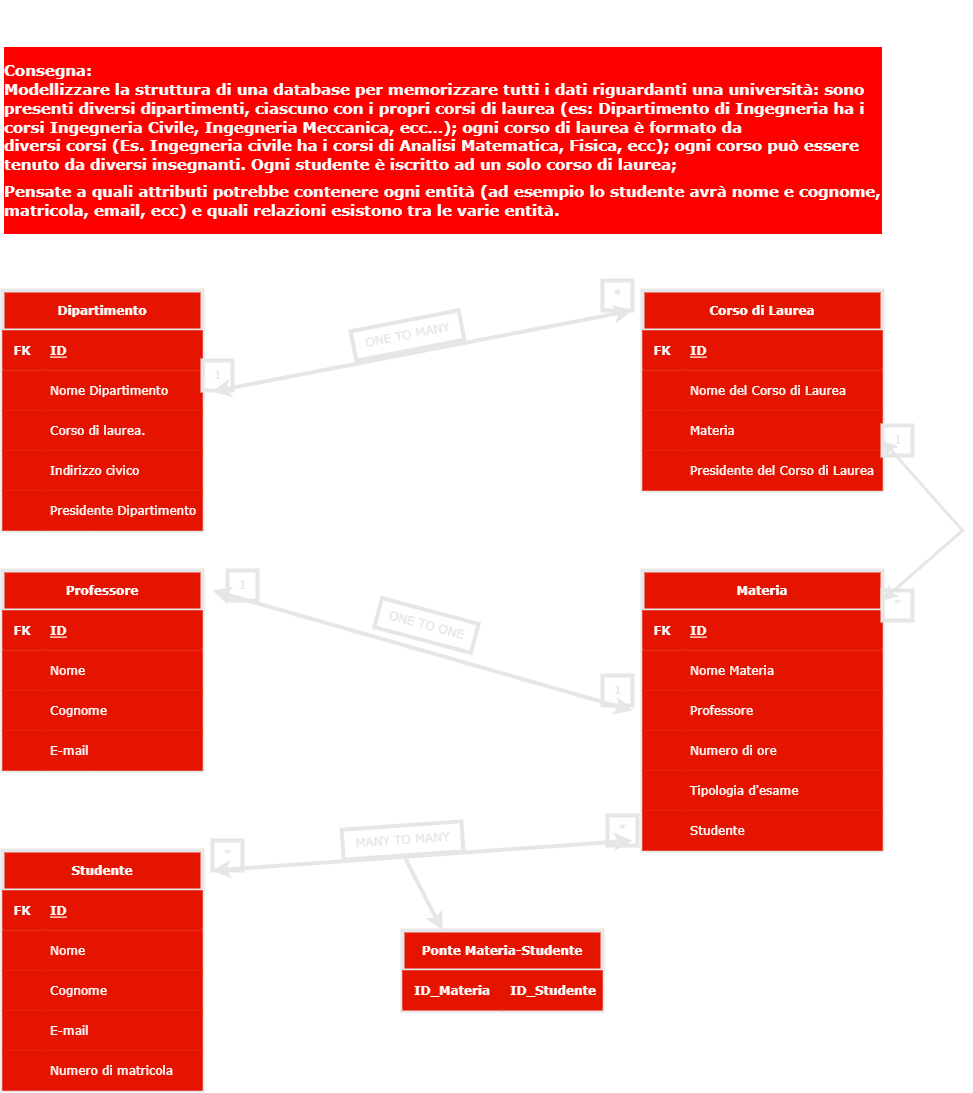
The draw.io diagram database diagram/Diagramma E-R.drawio.png in davidectna/db-university, before a commit. Source tidied: cells renumbered, new cells last; positions are measured from the earlier drawing's top-left corner, leaving out a move shared by most shapes.
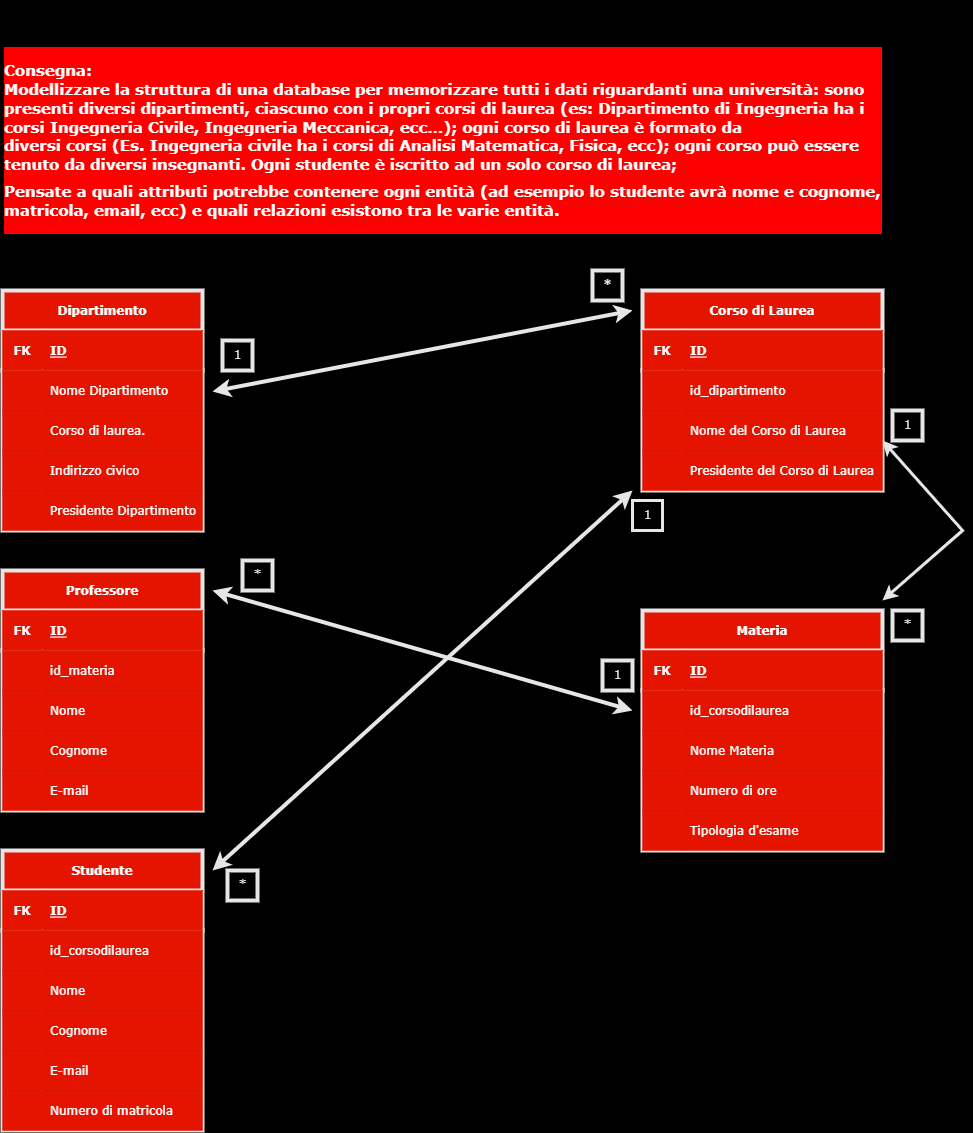
The same file after the commit.

Diff of the diagram source:
```diff
@@ -1,2 +1,2 @@
-<mxGraphModel>
+<mxGraphModel background="#000000">
   <root>
@@ -67,4 +67,13 @@
     </mxCell>
+    <mxCell id="26" style="shape=tableRow;horizontal=0;startSize=0;swimlaneHead=0;swimlaneBody=0;fillColor=#e51400;top=0;left=0;right=0;bottom=0;labelBackgroundColor=none;labelBorderColor=none;fontFamily=Verdana;strokeColor=#E6E6E6;fontColor=#ffffff;strokeWidth=4;" parent="19" vertex="1">
+      <mxGeometry y="80" width="240" height="40" as="geometry" />
+    </mxCell>
+    <mxCell id="27" style="shape=partialRectangle;fillColor=#e51400;top=0;left=0;bottom=0;right=0;overflow=hidden;labelBackgroundColor=none;labelBorderColor=none;fontFamily=Verdana;strokeColor=#E6E6E6;fontColor=#ffffff;strokeWidth=4;" parent="26" vertex="1">
+      <mxGeometry width="40" height="40" as="geometry" />
+    </mxCell>
+    <mxCell id="28" value="id_dipartimento" style="shape=partialRectangle;fillColor=#e51400;top=0;left=0;bottom=0;right=0;align=left;spacingLeft=6;overflow=hidden;labelBackgroundColor=none;labelBorderColor=none;fontFamily=Verdana;strokeColor=#E6E6E6;fontColor=#ffffff;strokeWidth=4;" parent="26" vertex="1">
+      <mxGeometry x="40" width="200" height="40" as="geometry" />
+    </mxCell>
     <mxCell id="23" style="shape=tableRow;horizontal=0;startSize=0;swimlaneHead=0;swimlaneBody=0;fillColor=#e51400;top=0;left=0;right=0;bottom=0;labelBackgroundColor=none;labelBorderColor=none;fontFamily=Verdana;strokeColor=#E6E6E6;fontColor=#ffffff;strokeWidth=4;" parent="19" vertex="1">
-      <mxGeometry y="80" width="240" height="40" as="geometry" />
+      <mxGeometry y="120" width="240" height="40" as="geometry" />
     </mxCell>
@@ -76,11 +85,2 @@
     </mxCell>
-    <mxCell id="26" style="shape=tableRow;horizontal=0;startSize=0;swimlaneHead=0;swimlaneBody=0;fillColor=#e51400;top=0;left=0;right=0;bottom=0;labelBackgroundColor=none;labelBorderColor=none;fontFamily=Verdana;strokeColor=#E6E6E6;fontColor=#ffffff;strokeWidth=4;" parent="19" vertex="1">
-      <mxGeometry y="120" width="240" height="40" as="geometry" />
-    </mxCell>
-    <mxCell id="27" style="shape=partialRectangle;fillColor=#e51400;top=0;left=0;bottom=0;right=0;overflow=hidden;labelBackgroundColor=none;labelBorderColor=none;fontFamily=Verdana;strokeColor=#E6E6E6;fontColor=#ffffff;strokeWidth=4;" parent="26" vertex="1">
-      <mxGeometry width="40" height="40" as="geometry" />
-    </mxCell>
-    <mxCell id="28" value="Materia" style="shape=partialRectangle;fillColor=#e51400;top=0;left=0;bottom=0;right=0;align=left;spacingLeft=6;overflow=hidden;labelBackgroundColor=none;labelBorderColor=none;fontFamily=Verdana;strokeColor=#E6E6E6;fontColor=#ffffff;strokeWidth=4;" parent="26" vertex="1">
-      <mxGeometry x="40" width="200" height="40" as="geometry" />
-    </mxCell>
     <mxCell id="29" style="shape=tableRow;horizontal=0;startSize=0;swimlaneHead=0;swimlaneBody=0;fillColor=#e51400;top=0;left=0;right=0;bottom=0;labelBackgroundColor=none;labelBorderColor=none;fontFamily=Verdana;strokeColor=#E6E6E6;fontColor=#ffffff;strokeWidth=4;" parent="19" vertex="1">
@@ -101,12 +101,9 @@
     <mxCell id="33" value="&lt;b&gt;&lt;font color=&quot;#e6e6e6&quot;&gt;*&lt;/font&gt;&lt;/b&gt;" style="text;html=1;align=center;verticalAlign=middle;fontFamily=Verdana;labelBackgroundColor=none;strokeWidth=4;strokeColor=#E6E6E6;" parent="1" vertex="1">
-      <mxGeometry x="600" y="280" width="30" height="30" as="geometry" />
+      <mxGeometry x="590" y="270" width="30" height="30" as="geometry" />
     </mxCell>
     <mxCell id="34" value="&lt;font color=&quot;#e6e6e6&quot;&gt;1&lt;/font&gt;" style="text;html=1;align=center;verticalAlign=middle;fontFamily=Verdana;labelBackgroundColor=none;strokeWidth=4;strokeColor=#E6E6E6;" parent="1" vertex="1">
-      <mxGeometry x="200" y="360" width="30" height="30" as="geometry" />
+      <mxGeometry x="220" y="340" width="30" height="30" as="geometry" />
     </mxCell>
-    <mxCell id="35" value="&lt;font color=&quot;#e6e6e6&quot;&gt;ONE TO MANY&lt;/font&gt;" style="text;html=1;align=center;verticalAlign=middle;fontFamily=Verdana;rotation=349;labelBackgroundColor=none;strokeWidth=4;strokeColor=#E6E6E6;" parent="1" vertex="1">
-      <mxGeometry x="350" y="320" width="110" height="30" as="geometry" />
-    </mxCell>
     <mxCell id="36" value="Materia" style="shape=table;startSize=40;rowLines=0;fontStyle=1;align=center;labelBackgroundColor=none;labelBorderColor=none;fontFamily=Verdana;fillColor=#e51400;strokeColor=#E6E6E6;fontColor=#ffffff;strokeWidth=4;" parent="1" vertex="1">
-      <mxGeometry x="640" y="570" width="240" height="280" as="geometry" />
+      <mxGeometry x="640" y="610" width="240" height="240" as="geometry" />
     </mxCell>
@@ -121,4 +118,13 @@
     </mxCell>
+    <mxCell id="43" style="shape=tableRow;horizontal=0;startSize=0;swimlaneHead=0;swimlaneBody=0;fillColor=#e51400;top=0;left=0;right=0;bottom=0;labelBackgroundColor=none;labelBorderColor=none;fontFamily=Verdana;strokeColor=#E6E6E6;fontColor=#ffffff;strokeWidth=4;" parent="36" vertex="1">
+      <mxGeometry y="80" width="240" height="40" as="geometry" />
+    </mxCell>
+    <mxCell id="44" style="shape=partialRectangle;fillColor=#e51400;top=0;left=0;bottom=0;right=0;overflow=hidden;labelBackgroundColor=none;labelBorderColor=none;fontFamily=Verdana;strokeColor=#E6E6E6;fontColor=#ffffff;strokeWidth=4;" parent="43" vertex="1">
+      <mxGeometry width="40" height="40" as="geometry" />
+    </mxCell>
+    <mxCell id="45" value="id_corsodilaurea" style="shape=partialRectangle;fillColor=#e51400;top=0;left=0;bottom=0;right=0;align=left;spacingLeft=6;overflow=hidden;labelBackgroundColor=none;labelBorderColor=none;fontFamily=Verdana;strokeColor=#E6E6E6;fontColor=#ffffff;strokeWidth=4;" parent="43" vertex="1">
+      <mxGeometry x="40" width="200" height="40" as="geometry" />
+    </mxCell>
     <mxCell id="40" style="shape=tableRow;horizontal=0;startSize=0;swimlaneHead=0;swimlaneBody=0;fillColor=#e51400;top=0;left=0;right=0;bottom=0;labelBackgroundColor=none;labelBorderColor=none;fontFamily=Verdana;strokeColor=#E6E6E6;fontColor=#ffffff;strokeWidth=4;" parent="36" vertex="1">
-      <mxGeometry y="80" width="240" height="40" as="geometry" />
+      <mxGeometry y="120" width="240" height="40" as="geometry" />
     </mxCell>
@@ -130,11 +136,2 @@
     </mxCell>
-    <mxCell id="43" style="shape=tableRow;horizontal=0;startSize=0;swimlaneHead=0;swimlaneBody=0;fillColor=#e51400;top=0;left=0;right=0;bottom=0;labelBackgroundColor=none;labelBorderColor=none;fontFamily=Verdana;strokeColor=#E6E6E6;fontColor=#ffffff;strokeWidth=4;" parent="36" vertex="1">
-      <mxGeometry y="120" width="240" height="40" as="geometry" />
-    </mxCell>
-    <mxCell id="44" style="shape=partialRectangle;fillColor=#e51400;top=0;left=0;bottom=0;right=0;overflow=hidden;labelBackgroundColor=none;labelBorderColor=none;fontFamily=Verdana;strokeColor=#E6E6E6;fontColor=#ffffff;strokeWidth=4;" parent="43" vertex="1">
-      <mxGeometry width="40" height="40" as="geometry" />
-    </mxCell>
-    <mxCell id="45" value="Professore" style="shape=partialRectangle;fillColor=#e51400;top=0;left=0;bottom=0;right=0;align=left;spacingLeft=6;overflow=hidden;labelBackgroundColor=none;labelBorderColor=none;fontFamily=Verdana;strokeColor=#E6E6E6;fontColor=#ffffff;strokeWidth=4;" parent="43" vertex="1">
-      <mxGeometry x="40" width="200" height="40" as="geometry" />
-    </mxCell>
     <mxCell id="46" style="shape=tableRow;horizontal=0;startSize=0;swimlaneHead=0;swimlaneBody=0;fillColor=#e51400;top=0;left=0;right=0;bottom=0;labelBackgroundColor=none;labelBorderColor=none;fontFamily=Verdana;strokeColor=#E6E6E6;fontColor=#ffffff;strokeWidth=4;" parent="36" vertex="1">
@@ -157,11 +154,2 @@
     </mxCell>
-    <mxCell id="52" style="shape=tableRow;horizontal=0;startSize=0;swimlaneHead=0;swimlaneBody=0;fillColor=#e51400;top=0;left=0;right=0;bottom=0;labelBackgroundColor=none;labelBorderColor=none;fontFamily=Verdana;strokeColor=#E6E6E6;fontColor=#ffffff;strokeWidth=4;" parent="36" vertex="1">
-      <mxGeometry y="240" width="240" height="40" as="geometry" />
-    </mxCell>
-    <mxCell id="53" style="shape=partialRectangle;fillColor=#e51400;top=0;left=0;bottom=0;right=0;overflow=hidden;labelBackgroundColor=none;labelBorderColor=none;fontFamily=Verdana;strokeColor=#E6E6E6;fontColor=#ffffff;strokeWidth=4;" parent="52" vertex="1">
-      <mxGeometry width="40" height="40" as="geometry" />
-    </mxCell>
-    <mxCell id="54" value="Studente" style="shape=partialRectangle;fillColor=#e51400;top=0;left=0;bottom=0;right=0;align=left;spacingLeft=6;overflow=hidden;labelBackgroundColor=none;labelBorderColor=none;fontFamily=Verdana;strokeColor=#E6E6E6;fontColor=#ffffff;strokeWidth=4;" parent="52" vertex="1">
-      <mxGeometry x="40" width="200" height="40" as="geometry" />
-    </mxCell>
     <mxCell id="55" style="endArrow=classic;startArrow=classic;html=1;rounded=0;fontFamily=Verdana;fontColor=#000000;labelBackgroundColor=none;fillColor=#e51400;strokeColor=#E6E6E6;strokeWidth=3;" parent="1" edge="1">
@@ -176,9 +164,9 @@
     <mxCell id="56" value="1" style="text;html=1;align=center;verticalAlign=middle;fontFamily=Verdana;labelBackgroundColor=none;strokeWidth=4;strokeColor=#E6E6E6;fontColor=#E6E6E6;" parent="1" vertex="1">
-      <mxGeometry x="880" y="425" width="30" height="30" as="geometry" />
+      <mxGeometry x="890" y="410" width="30" height="30" as="geometry" />
     </mxCell>
     <mxCell id="57" value="*" style="text;html=1;align=center;verticalAlign=middle;fontFamily=Verdana;labelBackgroundColor=none;strokeWidth=4;strokeColor=#E6E6E6;fontColor=#E6E6E6;" parent="1" vertex="1">
-      <mxGeometry x="880" y="590" width="30" height="30" as="geometry" />
+      <mxGeometry x="890" y="610" width="30" height="30" as="geometry" />
     </mxCell>
     <mxCell id="58" value="Professore" style="shape=table;startSize=40;rowLines=0;fontStyle=1;align=center;labelBackgroundColor=none;labelBorderColor=none;fontFamily=Verdana;fillColor=#e51400;strokeColor=#E6E6E6;fontColor=#ffffff;strokeWidth=4;" parent="1" vertex="1">
-      <mxGeometry y="570" width="200" height="200" as="geometry" />
+      <mxGeometry y="570" width="200" height="240" as="geometry" />
     </mxCell>
@@ -199,7 +187,16 @@
     </mxCell>
-    <mxCell id="64" value="Nome" style="shape=partialRectangle;fillColor=#e51400;top=0;left=0;bottom=0;right=0;align=left;spacingLeft=6;overflow=hidden;labelBackgroundColor=none;labelBorderColor=none;fontFamily=Verdana;strokeColor=#E6E6E6;fontColor=#ffffff;strokeWidth=4;" parent="62" vertex="1">
+    <mxCell id="64" value="id_materia" style="shape=partialRectangle;fillColor=#e51400;top=0;left=0;bottom=0;right=0;align=left;spacingLeft=6;overflow=hidden;labelBackgroundColor=none;labelBorderColor=none;fontFamily=Verdana;strokeColor=#E6E6E6;fontColor=#ffffff;strokeWidth=4;" parent="62" vertex="1">
       <mxGeometry x="40" width="160" height="40" as="geometry" />
     </mxCell>
+    <mxCell id="100" style="shape=tableRow;horizontal=0;startSize=0;swimlaneHead=0;swimlaneBody=0;fillColor=#e51400;top=0;left=0;right=0;bottom=0;labelBackgroundColor=none;labelBorderColor=none;fontFamily=Verdana;strokeColor=#E6E6E6;fontColor=#ffffff;strokeWidth=4;" parent="58" vertex="1">
+      <mxGeometry y="120" width="200" height="40" as="geometry" />
+    </mxCell>
+    <mxCell id="101" style="shape=partialRectangle;fillColor=#e51400;top=0;left=0;bottom=0;right=0;overflow=hidden;labelBackgroundColor=none;labelBorderColor=none;fontFamily=Verdana;strokeColor=#E6E6E6;fontColor=#ffffff;strokeWidth=4;" parent="100" vertex="1">
+      <mxGeometry width="40" height="40" as="geometry" />
+    </mxCell>
+    <mxCell id="102" value="Nome" style="shape=partialRectangle;fillColor=#e51400;top=0;left=0;bottom=0;right=0;align=left;spacingLeft=6;overflow=hidden;labelBackgroundColor=none;labelBorderColor=none;fontFamily=Verdana;strokeColor=#E6E6E6;fontColor=#ffffff;strokeWidth=4;" parent="100" vertex="1">
+      <mxGeometry x="40" width="160" height="40" as="geometry" />
+    </mxCell>
     <mxCell id="65" style="shape=tableRow;horizontal=0;startSize=0;swimlaneHead=0;swimlaneBody=0;fillColor=#e51400;top=0;left=0;right=0;bottom=0;labelBackgroundColor=none;labelBorderColor=none;fontFamily=Verdana;strokeColor=#E6E6E6;fontColor=#ffffff;strokeWidth=4;" parent="58" vertex="1">
-      <mxGeometry y="120" width="200" height="40" as="geometry" />
+      <mxGeometry y="160" width="200" height="40" as="geometry" />
     </mxCell>
@@ -212,3 +209,3 @@
     <mxCell id="68" style="shape=tableRow;horizontal=0;startSize=0;swimlaneHead=0;swimlaneBody=0;fillColor=#e51400;top=0;left=0;right=0;bottom=0;labelBackgroundColor=none;labelBorderColor=none;fontFamily=Verdana;strokeColor=#E6E6E6;fontColor=#ffffff;strokeWidth=4;" parent="58" vertex="1">
-      <mxGeometry y="160" width="200" height="40" as="geometry" />
+      <mxGeometry y="200" width="200" height="40" as="geometry" />
     </mxCell>
@@ -221,3 +218,3 @@
     <mxCell id="71" value="Studente" style="shape=table;startSize=40;rowLines=0;fontStyle=1;align=center;labelBackgroundColor=none;labelBorderColor=none;fontFamily=Verdana;fillColor=#e51400;strokeColor=#E6E6E6;fontColor=#ffffff;strokeWidth=4;" parent="1" vertex="1">
-      <mxGeometry y="850" width="200" height="240" as="geometry" />
+      <mxGeometry y="850" width="200" height="280" as="geometry" />
     </mxCell>
@@ -232,4 +229,13 @@
     </mxCell>
+    <mxCell id="103" style="shape=tableRow;horizontal=0;startSize=0;swimlaneHead=0;swimlaneBody=0;fillColor=#e51400;top=0;left=0;right=0;bottom=0;labelBackgroundColor=none;labelBorderColor=none;fontFamily=Verdana;strokeColor=#E6E6E6;fontColor=#ffffff;strokeWidth=4;" parent="71" vertex="1">
+      <mxGeometry y="80" width="200" height="40" as="geometry" />
+    </mxCell>
+    <mxCell id="104" style="shape=partialRectangle;fillColor=#e51400;top=0;left=0;bottom=0;right=0;overflow=hidden;labelBackgroundColor=none;labelBorderColor=none;fontFamily=Verdana;strokeColor=#E6E6E6;fontColor=#ffffff;strokeWidth=4;" parent="103" vertex="1">
+      <mxGeometry width="40" height="40" as="geometry" />
+    </mxCell>
+    <mxCell id="105" value="id_corsodilaurea" style="shape=partialRectangle;fillColor=#e51400;top=0;left=0;bottom=0;right=0;align=left;spacingLeft=6;overflow=hidden;labelBackgroundColor=none;labelBorderColor=none;fontFamily=Verdana;strokeColor=#E6E6E6;fontColor=#ffffff;strokeWidth=4;" parent="103" vertex="1">
+      <mxGeometry x="40" width="160" height="40" as="geometry" />
+    </mxCell>
     <mxCell id="75" style="shape=tableRow;horizontal=0;startSize=0;swimlaneHead=0;swimlaneBody=0;fillColor=#e51400;top=0;left=0;right=0;bottom=0;labelBackgroundColor=none;labelBorderColor=none;fontFamily=Verdana;strokeColor=#E6E6E6;fontColor=#ffffff;strokeWidth=4;" parent="71" vertex="1">
-      <mxGeometry y="80" width="200" height="40" as="geometry" />
+      <mxGeometry y="120" width="200" height="40" as="geometry" />
     </mxCell>
@@ -242,3 +248,3 @@
     <mxCell id="78" style="shape=tableRow;horizontal=0;startSize=0;swimlaneHead=0;swimlaneBody=0;fillColor=#e51400;top=0;left=0;right=0;bottom=0;labelBackgroundColor=none;labelBorderColor=none;fontFamily=Verdana;strokeColor=#E6E6E6;fontColor=#ffffff;strokeWidth=4;" parent="71" vertex="1">
-      <mxGeometry y="120" width="200" height="40" as="geometry" />
+      <mxGeometry y="160" width="200" height="40" as="geometry" />
     </mxCell>
@@ -251,3 +257,3 @@
     <mxCell id="81" style="shape=tableRow;horizontal=0;startSize=0;swimlaneHead=0;swimlaneBody=0;fillColor=#e51400;top=0;left=0;right=0;bottom=0;labelBackgroundColor=none;labelBorderColor=none;fontFamily=Verdana;strokeColor=#E6E6E6;fontColor=#ffffff;strokeWidth=4;" parent="71" vertex="1">
-      <mxGeometry y="160" width="200" height="40" as="geometry" />
+      <mxGeometry y="200" width="200" height="40" as="geometry" />
     </mxCell>
@@ -260,3 +266,3 @@
     <mxCell id="84" style="shape=tableRow;horizontal=0;startSize=0;swimlaneHead=0;swimlaneBody=0;fillColor=#e51400;top=0;left=0;right=0;bottom=0;labelBackgroundColor=none;labelBorderColor=none;fontFamily=Verdana;strokeColor=#E6E6E6;fontColor=#ffffff;strokeWidth=4;" parent="71" vertex="1">
-      <mxGeometry y="200" width="200" height="40" as="geometry" />
+      <mxGeometry y="240" width="200" height="40" as="geometry" />
     </mxCell>
@@ -276,3 +282,3 @@
       <mxGeometry relative="1" as="geometry">
-        <mxPoint x="630" y="840" as="sourcePoint" />
+        <mxPoint x="630" y="490" as="sourcePoint" />
         <mxPoint x="210" y="870" as="targetPoint" />
@@ -280,37 +286,14 @@
     </mxCell>
-    <mxCell id="89" value="1" style="text;html=1;align=center;verticalAlign=middle;strokeColor=#E6E6E6;fillColor=none;fontFamily=Verdana;fontColor=#E6E6E6;strokeWidth=4;" parent="1" vertex="1">
-      <mxGeometry x="225" y="570" width="30" height="30" as="geometry" />
+    <mxCell id="89" value="*" style="text;html=1;align=center;verticalAlign=middle;strokeColor=#E6E6E6;fillColor=none;fontFamily=Verdana;fontColor=#E6E6E6;strokeWidth=4;" parent="1" vertex="1">
+      <mxGeometry x="240" y="560" width="30" height="30" as="geometry" />
     </mxCell>
     <mxCell id="90" value="1" style="text;html=1;align=center;verticalAlign=middle;strokeColor=#E6E6E6;fillColor=none;fontFamily=Verdana;fontColor=#E6E6E6;strokeWidth=4;" parent="1" vertex="1">
-      <mxGeometry x="600" y="675" width="30" height="30" as="geometry" />
+      <mxGeometry x="600" y="660" width="30" height="30" as="geometry" />
     </mxCell>
-    <mxCell id="91" value="ONE TO ONE" style="text;html=1;align=center;verticalAlign=middle;strokeColor=#E6E6E6;fillColor=none;fontFamily=Verdana;fontColor=#E6E6E6;rotation=15;strokeWidth=4;" parent="1" vertex="1">
-      <mxGeometry x="374" y="610" width="100" height="30" as="geometry" />
-    </mxCell>
     <mxCell id="92" value="&lt;font color=&quot;#e6e6e6&quot;&gt;*&lt;/font&gt;" style="text;html=1;align=center;verticalAlign=middle;strokeColor=#E6E6E6;fillColor=none;fontFamily=Verdana;fontColor=#000000;strokeWidth=4;" parent="1" vertex="1">
-      <mxGeometry x="210" y="840" width="30" height="30" as="geometry" />
+      <mxGeometry x="225" y="870" width="30" height="30" as="geometry" />
     </mxCell>
-    <mxCell id="93" value="*" style="text;html=1;align=center;verticalAlign=middle;strokeColor=#E6E6E6;fillColor=none;fontFamily=Verdana;fontColor=#E6E6E6;strokeWidth=4;" parent="1" vertex="1">
-      <mxGeometry x="605" y="815" width="30" height="30" as="geometry" />
-    </mxCell>
-    <mxCell id="94" value="MANY TO MANY" style="text;html=1;align=center;verticalAlign=middle;points=[];strokeColor=#E6E6E6;fillColor=none;fontFamily=Verdana;fontColor=#E6E6E6;rotation=356;strokeWidth=4;" parent="1" vertex="1">
-      <mxGeometry x="340" y="825" width="120" height="30" as="geometry" />
-    </mxCell>
-    <mxCell id="95" style="endArrow=classic;html=1;rounded=0;labelBackgroundColor=none;fontFamily=Verdana;fontColor=#000000;exitX=0.513;exitY=1.112;exitDx=0;exitDy=0;exitPerimeter=0;strokeWidth=4;strokeColor=#E6E6E6;" parent="1" edge="1" source="94">
-      <mxGeometry relative="1" as="geometry">
-        <mxPoint x="440" y="930" as="targetPoint" />
-      </mxGeometry>
-    </mxCell>
-    <mxCell id="96" value="Ponte Materia-Studente" style="shape=table;startSize=40;rowLines=0;fontStyle=1;align=center;labelBackgroundColor=none;labelBorderColor=none;fontFamily=Verdana;fillColor=#e51400;strokeColor=#E6E6E6;fontColor=#ffffff;strokeWidth=4;" parent="1" vertex="1">
-      <mxGeometry x="400" y="930" width="200" height="80" as="geometry" />
-    </mxCell>
-    <mxCell id="97" style="shape=tableRow;horizontal=0;startSize=0;swimlaneHead=0;swimlaneBody=0;fillColor=#e51400;top=0;left=0;right=0;bottom=1;labelBackgroundColor=none;labelBorderColor=none;fontFamily=Verdana;strokeColor=#E6E6E6;fontColor=#ffffff;strokeWidth=4;" parent="96" vertex="1">
-      <mxGeometry y="40" width="200" height="40" as="geometry" />
-    </mxCell>
-    <mxCell id="98" value="ID_Materia" style="shape=partialRectangle;fillColor=#e51400;top=0;left=0;bottom=0;right=0;fontStyle=1;overflow=hidden;labelBackgroundColor=none;labelBorderColor=none;fontFamily=Verdana;strokeColor=#E6E6E6;fontColor=#ffffff;strokeWidth=4;" parent="97" vertex="1">
-      <mxGeometry width="100" height="40" as="geometry" />
-    </mxCell>
-    <mxCell id="99" value="ID_Studente" style="shape=partialRectangle;fillColor=#e51400;top=0;left=0;bottom=0;right=0;align=left;spacingLeft=6;fontStyle=1;overflow=hidden;labelBackgroundColor=none;labelBorderColor=none;fontFamily=Verdana;strokeColor=#E6E6E6;fontColor=#ffffff;strokeWidth=4;" parent="97" vertex="1">
-      <mxGeometry x="100" width="100" height="40" as="geometry" />
-    </mxCell>
+    <mxCell id="106" value="1" style="text;html=1;align=center;verticalAlign=middle;strokeColor=#E6E6E6;fillColor=none;fontFamily=Verdana;fontColor=#E6E6E6;strokeWidth=3;" parent="1" vertex="1">
+      <mxGeometry x="630" y="500" width="30" height="30" as="geometry" />
+    </mxCell>
   </root>
```
